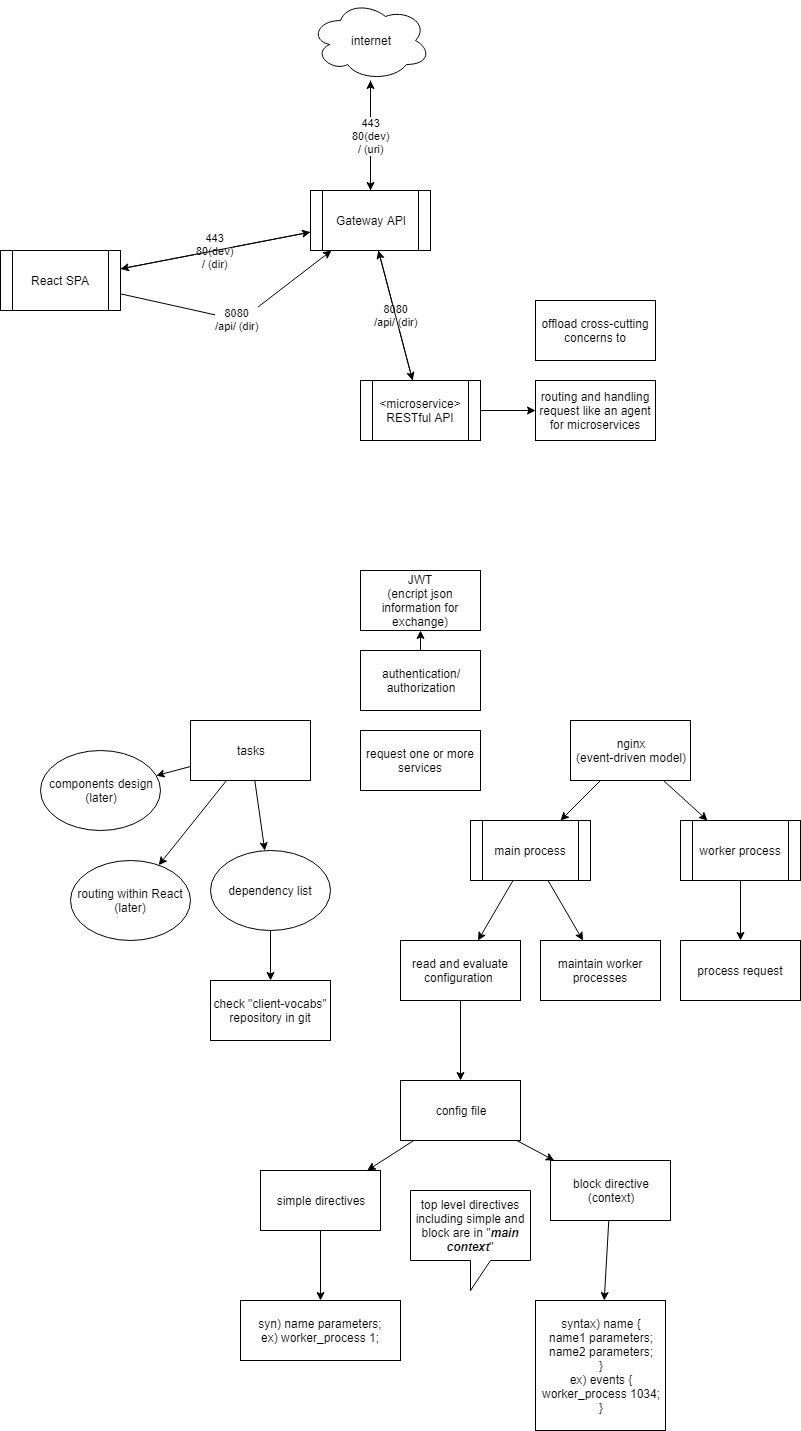
stsiwo/vocabs keeps this draw.io diagram as vocabs.png. Above is the earlier version. Source tidied: cells renumbered, new cells last; positions are measured from the earlier drawing's top-left corner, leaving out a move shared by most shapes.
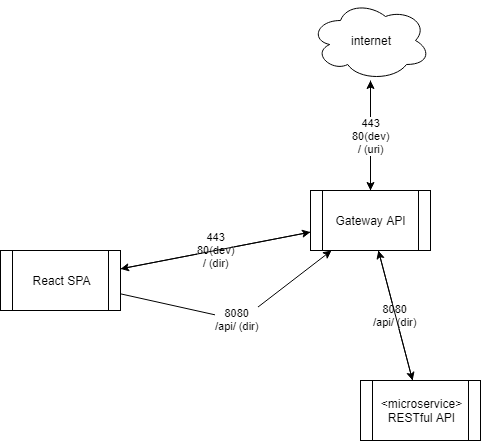
After the change.

Change to the diagram source:
```diff
@@ -33,125 +33,11 @@
     <mxCell id="10" value="React SPA&lt;br&gt;" style="shape=process;whiteSpace=wrap;html=1;backgroundOutline=1;" parent="1" vertex="1">
       <mxGeometry y="250" width="120" height="60" as="geometry" />
     </mxCell>
-    <mxCell id="11" style="edgeStyle=none;rounded=0;html=1;startArrow=none;startFill=0;endArrow=classic;endFill=1;jettySize=auto;" parent="1" edge="1" source="14" target="15">
-      <mxGeometry relative="1" as="geometry" />
-    </mxCell>
-    <mxCell id="12" style="edgeStyle=none;rounded=0;html=1;startArrow=none;startFill=0;endArrow=classic;endFill=1;jettySize=auto;" parent="1" edge="1" source="14" target="17">
-      <mxGeometry relative="1" as="geometry" />
-    </mxCell>
-    <mxCell id="13" style="edgeStyle=none;rounded=0;html=1;startArrow=none;startFill=0;endArrow=classic;endFill=1;jettySize=auto;" parent="1" edge="1" source="14" target="19">
-      <mxGeometry relative="1" as="geometry" />
-    </mxCell>
-    <mxCell id="14" value="tasks" style="rounded=0;whiteSpace=wrap;html=1;" parent="1" vertex="1">
-      <mxGeometry x="190" y="720" width="120" height="60" as="geometry" />
-    </mxCell>
-    <mxCell id="15" value="components design&lt;br&gt;(later)&lt;br&gt;" style="ellipse;whiteSpace=wrap;html=1;" parent="1" vertex="1">
-      <mxGeometry x="40" y="750" width="120" height="80" as="geometry" />
-    </mxCell>
-    <mxCell id="16" style="edgeStyle=none;rounded=0;html=1;startArrow=none;startFill=0;endArrow=classic;endFill=1;jettySize=auto;" parent="1" edge="1" source="17" target="18">
-      <mxGeometry relative="1" as="geometry" />
-    </mxCell>
-    <mxCell id="17" value="dependency list" style="ellipse;whiteSpace=wrap;html=1;" parent="1" vertex="1">
-      <mxGeometry x="210" y="850" width="120" height="80" as="geometry" />
-    </mxCell>
-    <mxCell id="18" value="check &quot;client-vocabs&quot; repository in git" style="rounded=0;whiteSpace=wrap;html=1;" parent="1" vertex="1">
-      <mxGeometry x="210" y="980" width="120" height="60" as="geometry" />
-    </mxCell>
-    <mxCell id="19" value="routing within React&lt;br&gt;(later)&lt;br&gt;" style="ellipse;whiteSpace=wrap;html=1;" parent="1" vertex="1">
-      <mxGeometry x="70" y="860" width="120" height="80" as="geometry" />
-    </mxCell>
-    <mxCell id="20" style="edgeStyle=none;rounded=0;html=1;startArrow=none;startFill=0;endArrow=classic;endFill=1;jettySize=auto;" parent="1" edge="1" source="21" target="22">
-      <mxGeometry relative="1" as="geometry" />
-    </mxCell>
-    <mxCell id="21" value="authentication/&lt;br&gt;authorization" style="rounded=0;whiteSpace=wrap;html=1;" parent="1" vertex="1">
-      <mxGeometry x="360" y="650" width="120" height="60" as="geometry" />
-    </mxCell>
-    <mxCell id="22" value="JWT&lt;br&gt;(encript json information for exchange)&lt;br&gt;" style="rounded=0;whiteSpace=wrap;html=1;" parent="1" vertex="1">
-      <mxGeometry x="360" y="570" width="120" height="60" as="geometry" />
-    </mxCell>
-    <mxCell id="23" value="request one or more services" style="rounded=0;whiteSpace=wrap;html=1;" parent="1" vertex="1">
-      <mxGeometry x="360" y="730" width="120" height="60" as="geometry" />
-    </mxCell>
-    <mxCell id="24" value="offload cross-cutting concerns to" style="rounded=0;whiteSpace=wrap;html=1;" parent="1" vertex="1">
-      <mxGeometry x="535" y="300" width="120" height="60" as="geometry" />
-    </mxCell>
-    <mxCell id="25" style="edgeStyle=none;rounded=0;html=1;startArrow=none;startFill=0;endArrow=classic;endFill=1;jettySize=auto;" parent="1" edge="1" source="27" target="30">
-      <mxGeometry relative="1" as="geometry" />
-    </mxCell>
-    <mxCell id="26" style="edgeStyle=none;rounded=0;html=1;startArrow=none;startFill=0;endArrow=classic;endFill=1;jettySize=auto;" parent="1" edge="1" source="27" target="32">
-      <mxGeometry relative="1" as="geometry" />
-    </mxCell>
-    <mxCell id="27" value="nginx&lt;br&gt;(event-driven model)&lt;br&gt;" style="rounded=0;whiteSpace=wrap;html=1;" parent="1" vertex="1">
-      <mxGeometry x="570" y="720" width="120" height="60" as="geometry" />
-    </mxCell>
-    <mxCell id="28" style="edgeStyle=none;rounded=0;html=1;startArrow=none;startFill=0;endArrow=classic;endFill=1;jettySize=auto;" parent="1" edge="1" source="30" target="34">
-      <mxGeometry relative="1" as="geometry" />
-    </mxCell>
-    <mxCell id="29" style="edgeStyle=none;rounded=0;html=1;startArrow=none;startFill=0;endArrow=classic;endFill=1;jettySize=auto;" parent="1" edge="1" source="30" target="44">
-      <mxGeometry relative="1" as="geometry" />
-    </mxCell>
-    <mxCell id="30" value="main process" style="shape=process;whiteSpace=wrap;html=1;backgroundOutline=1;" parent="1" vertex="1">
-      <mxGeometry x="470" y="820" width="120" height="60" as="geometry" />
-    </mxCell>
-    <mxCell id="31" style="edgeStyle=none;rounded=0;html=1;startArrow=none;startFill=0;endArrow=classic;endFill=1;jettySize=auto;" parent="1" edge="1" source="32" target="45">
-      <mxGeometry relative="1" as="geometry" />
-    </mxCell>
-    <mxCell id="32" value="worker process" style="shape=process;whiteSpace=wrap;html=1;backgroundOutline=1;" parent="1" vertex="1">
-      <mxGeometry x="680" y="820" width="120" height="60" as="geometry" />
-    </mxCell>
-    <mxCell id="33" style="edgeStyle=none;rounded=0;html=1;startArrow=none;startFill=0;endArrow=classic;endFill=1;jettySize=auto;" parent="1" edge="1" source="34" target="37">
-      <mxGeometry relative="1" as="geometry" />
-    </mxCell>
-    <mxCell id="34" value="read and evaluate configuration&amp;nbsp;" style="rounded=0;whiteSpace=wrap;html=1;" parent="1" vertex="1">
-      <mxGeometry x="400" y="940" width="120" height="60" as="geometry" />
-    </mxCell>
-    <mxCell id="35" style="edgeStyle=none;rounded=0;html=1;startArrow=none;startFill=0;endArrow=classic;endFill=1;jettySize=auto;" parent="1" edge="1" source="37" target="42">
-      <mxGeometry relative="1" as="geometry" />
-    </mxCell>
-    <mxCell id="36" style="edgeStyle=none;rounded=0;html=1;startArrow=none;startFill=0;endArrow=classic;endFill=1;jettySize=auto;" parent="1" edge="1" source="37" target="39">
-      <mxGeometry relative="1" as="geometry" />
-    </mxCell>
-    <mxCell id="37" value="config file" style="rounded=0;whiteSpace=wrap;html=1;" parent="1" vertex="1">
-      <mxGeometry x="400" y="1080" width="120" height="60" as="geometry" />
-    </mxCell>
-    <mxCell id="38" style="edgeStyle=none;rounded=0;html=1;startArrow=none;startFill=0;endArrow=classic;endFill=1;jettySize=auto;" parent="1" edge="1" source="39" target="40">
-      <mxGeometry relative="1" as="geometry" />
-    </mxCell>
-    <mxCell id="39" value="block directive&lt;br&gt;(context)&lt;br&gt;" style="rounded=0;whiteSpace=wrap;html=1;" parent="1" vertex="1">
-      <mxGeometry x="550" y="1160" width="120" height="60" as="geometry" />
-    </mxCell>
-    <mxCell id="40" value="syntax) name {&lt;br&gt;name1 parameters;&lt;br&gt;name2 parameters;&lt;br&gt;}&lt;br&gt;ex) events {&lt;br&gt;worker_process 1034;&lt;br&gt;}&lt;br&gt;" style="rounded=0;whiteSpace=wrap;html=1;" parent="1" vertex="1">
-      <mxGeometry x="535" y="1300" width="130" height="130" as="geometry" />
-    </mxCell>
-    <mxCell id="41" style="edgeStyle=none;rounded=0;html=1;startArrow=none;startFill=0;endArrow=classic;endFill=1;jettySize=auto;" parent="1" edge="1" source="42" target="43">
-      <mxGeometry relative="1" as="geometry" />
-    </mxCell>
-    <mxCell id="42" value="simple directives" style="rounded=0;whiteSpace=wrap;html=1;" parent="1" vertex="1">
-      <mxGeometry x="260" y="1170" width="120" height="60" as="geometry" />
-    </mxCell>
-    <mxCell id="43" value="syn) name parameters;&lt;br&gt;ex) worker_process 1;&lt;br&gt;" style="rounded=0;whiteSpace=wrap;html=1;" parent="1" vertex="1">
-      <mxGeometry x="240" y="1300" width="160" height="60" as="geometry" />
-    </mxCell>
-    <mxCell id="44" value="maintain worker processes" style="rounded=0;whiteSpace=wrap;html=1;" parent="1" vertex="1">
-      <mxGeometry x="540" y="940" width="120" height="60" as="geometry" />
-    </mxCell>
-    <mxCell id="45" value="process request" style="rounded=0;whiteSpace=wrap;html=1;" parent="1" vertex="1">
-      <mxGeometry x="680" y="940" width="120" height="60" as="geometry" />
-    </mxCell>
-    <mxCell id="46" value="top level directives including simple and block are in &quot;&lt;b&gt;&lt;i&gt;main context&lt;/i&gt;&lt;/b&gt;&quot;" style="shape=callout;whiteSpace=wrap;html=1;perimeter=calloutPerimeter;" parent="1" vertex="1">
-      <mxGeometry x="410" y="1190" width="120" height="100" as="geometry" />
-    </mxCell>
     <mxCell id="47" value="443&lt;br&gt;80(dev)&lt;br&gt;/ (uri)&lt;br&gt;" style="edgeStyle=none;rounded=0;html=1;startArrow=none;startFill=0;endArrow=classic;endFill=1;jettySize=auto;" parent="1" edge="1" source="48" target="7">
       <mxGeometry relative="1" as="geometry" />
     </mxCell>
     <mxCell id="48" value="internet" style="ellipse;shape=cloud;whiteSpace=wrap;html=1;" parent="1" vertex="1">
       <mxGeometry x="310" width="120" height="80" as="geometry" />
     </mxCell>
-    <mxCell id="49" value="routing and handling request like an agent for microservices" style="rounded=0;whiteSpace=wrap;html=1;" parent="1" vertex="1">
-      <mxGeometry x="535" y="380" width="120" height="60" as="geometry" />
-    </mxCell>
-    <mxCell id="50" style="edgeStyle=none;rounded=0;html=1;startArrow=none;startFill=0;endArrow=classic;endFill=1;jettySize=auto;" parent="1" edge="1" source="3" target="49">
-      <mxGeometry relative="1" as="geometry" />
-    </mxCell>
   </root>
 </mxGraphModel>
```
